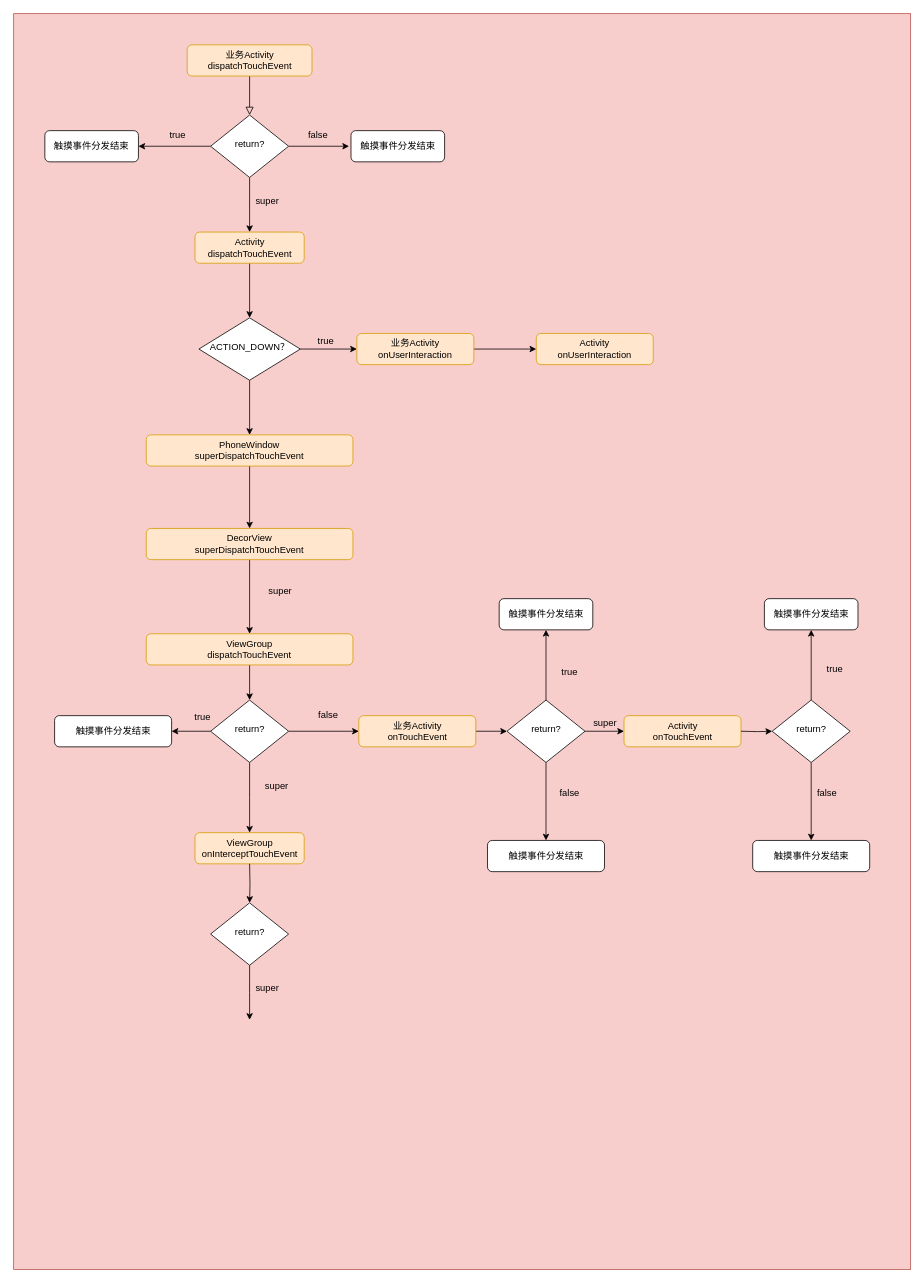
The draw.io diagram page "ViewGroup对触摸事件的分发流程" (2 of 2) of View/Untitled Diagram.drawio in chaozhouzhang/learning-summary, before the edit. Source tidied: cells renumbered, new cells numbered last; positions are measured from the earlier drawing's top-left corner, leaving out a move shared by most shapes. Both pictures are drawn from the tidied source at 78%, with x=0, y=0 at pixel (13, 13).
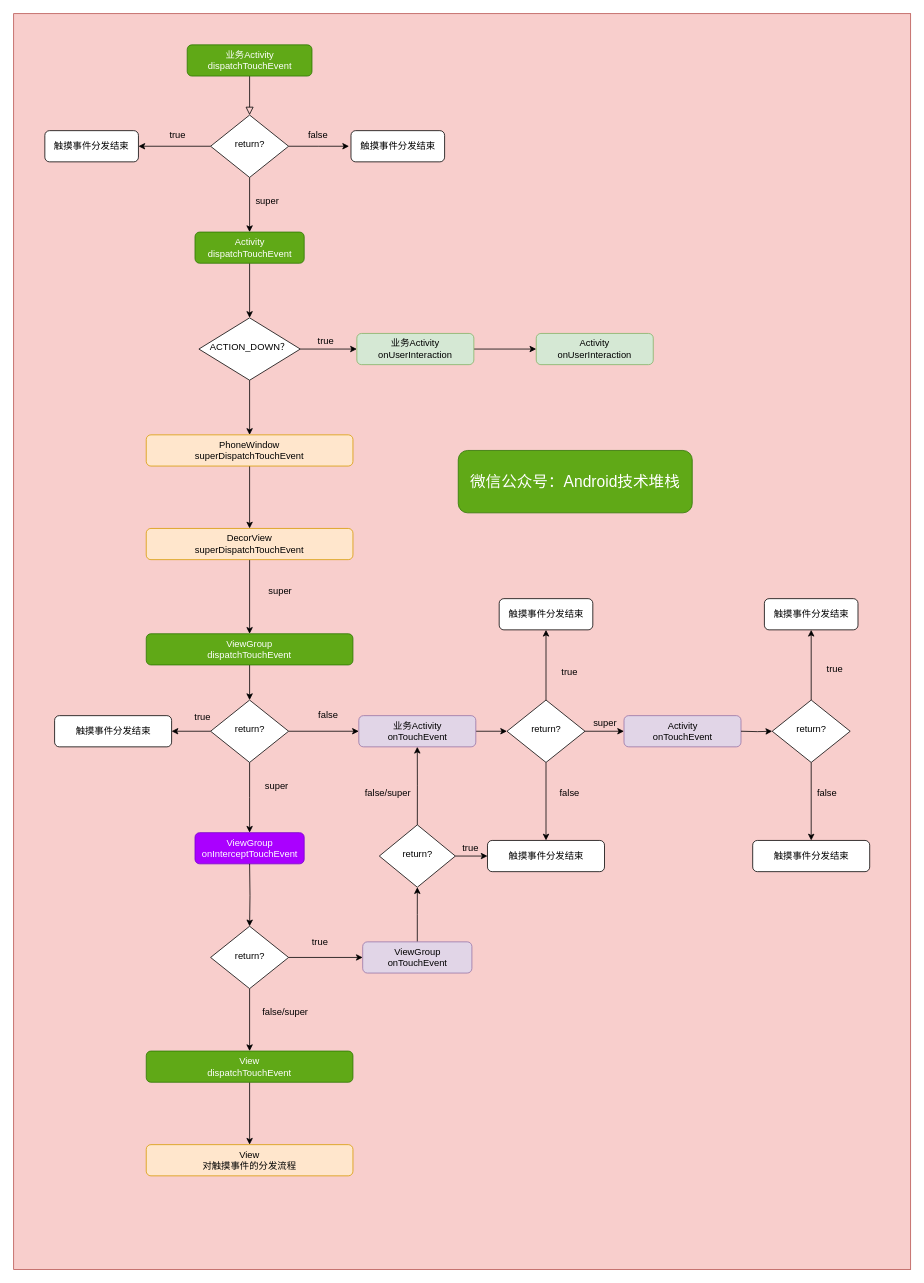
The same diagram, later.

Unchanged cells that the change refers to:
```xml
<mxCell id="39" value="&lt;span&gt;触摸事件分发结束&lt;/span&gt;" style="rounded=1;whiteSpace=wrap;html=1;fontSize=12;glass=0;strokeWidth=1;shadow=0;" parent="1" vertex="1">
  <mxGeometry x="607.5" y="1060" width="150" height="40" as="geometry" />
</mxCell>
```

Change to the diagram source:
```diff
@@
-    <mxCell id="4" value="业务Activity&lt;br&gt;dispatchTouchEvent" style="rounded=1;whiteSpace=wrap;html=1;fontSize=12;glass=0;strokeWidth=1;shadow=0;fillColor=#ffe6cc;strokeColor=#d79b00;" parent="1" vertex="1">
+    <mxCell id="4" value="业务Activity&lt;br&gt;dispatchTouchEvent" style="rounded=1;whiteSpace=wrap;html=1;fontSize=12;glass=0;strokeWidth=1;shadow=0;fillColor=#60a917;strokeColor=#2D7600;fontColor=#ffffff;" parent="1" vertex="1">
       <mxGeometry x="222.5" y="40" width="160" height="40" as="geometry" />
     </mxCell>
@@
-    <mxCell id="14" value="ViewGroup&lt;br&gt;dispatchTouchEvent" style="rounded=1;whiteSpace=wrap;html=1;fontSize=12;glass=0;strokeWidth=1;shadow=0;fillColor=#ffe6cc;strokeColor=#d79b00;" parent="1" vertex="1">
+    <mxCell id="14" value="ViewGroup&lt;br&gt;dispatchTouchEvent" style="rounded=1;whiteSpace=wrap;html=1;fontSize=12;glass=0;strokeWidth=1;shadow=0;fillColor=#60a917;strokeColor=#2D7600;fontColor=#ffffff;" parent="1" vertex="1">
       <mxGeometry x="170" y="795" width="265" height="40" as="geometry" />
     </mxCell>
@@
-    <mxCell id="16" value="业务Activity&lt;br&gt;onUserInteraction" style="rounded=1;whiteSpace=wrap;html=1;fontSize=12;glass=0;strokeWidth=1;shadow=0;fillColor=#ffe6cc;strokeColor=#d79b00;" parent="1" vertex="1">
+    <mxCell id="16" value="业务Activity&lt;br&gt;onUserInteraction" style="rounded=1;whiteSpace=wrap;html=1;fontSize=12;glass=0;strokeWidth=1;shadow=0;fillColor=#d5e8d4;strokeColor=#82b366;" parent="1" vertex="1">
       <mxGeometry x="440" y="410" width="150" height="40" as="geometry" />
     </mxCell>
-    <mxCell id="17" value="Activity&lt;br&gt;onUserInteraction" style="rounded=1;whiteSpace=wrap;html=1;fontSize=12;glass=0;strokeWidth=1;shadow=0;fillColor=#ffe6cc;strokeColor=#d79b00;" parent="1" vertex="1">
+    <mxCell id="17" value="Activity&lt;br&gt;onUserInteraction" style="rounded=1;whiteSpace=wrap;html=1;fontSize=12;glass=0;strokeWidth=1;shadow=0;fillColor=#d5e8d4;strokeColor=#82b366;" parent="1" vertex="1">
       <mxGeometry x="670" y="410" width="150" height="40" as="geometry" />
     </mxCell>
@@
-    <mxCell id="22" value="Activity&lt;br&gt;dispatchTouchEvent" style="rounded=1;whiteSpace=wrap;html=1;fontSize=12;glass=0;strokeWidth=1;shadow=0;fillColor=#ffe6cc;strokeColor=#d79b00;" parent="1" vertex="1">
+    <mxCell id="22" value="Activity&lt;br&gt;dispatchTouchEvent" style="rounded=1;whiteSpace=wrap;html=1;fontSize=12;glass=0;strokeWidth=1;shadow=0;fillColor=#60a917;strokeColor=#2D7600;fontColor=#ffffff;" parent="1" vertex="1">
       <mxGeometry x="232.5" y="280" width="140" height="40" as="geometry" />
     </mxCell>
@@
-    <mxCell id="28" value="业务Activity&lt;br&gt;onTouchEvent" style="rounded=1;whiteSpace=wrap;html=1;fontSize=12;glass=0;strokeWidth=1;shadow=0;fillColor=#ffe6cc;strokeColor=#d79b00;" parent="1" vertex="1">
+    <mxCell id="28" value="业务Activity&lt;br&gt;onTouchEvent" style="rounded=1;whiteSpace=wrap;html=1;fontSize=12;glass=0;strokeWidth=1;shadow=0;fillColor=#e1d5e7;strokeColor=#9673a6;" parent="1" vertex="1">
       <mxGeometry x="442.5" y="900" width="150" height="40" as="geometry" />
     </mxCell>
@@
-    <mxCell id="41" value="Activity&lt;br&gt;onTouchEvent" style="rounded=1;whiteSpace=wrap;html=1;fontSize=12;glass=0;strokeWidth=1;shadow=0;fillColor=#ffe6cc;strokeColor=#d79b00;" parent="1" vertex="1">
+    <mxCell id="41" value="Activity&lt;br&gt;onTouchEvent" style="rounded=1;whiteSpace=wrap;html=1;fontSize=12;glass=0;strokeWidth=1;shadow=0;fillColor=#e1d5e7;strokeColor=#9673a6;" parent="1" vertex="1">
       <mxGeometry x="782.5" y="900" width="150" height="40" as="geometry" />
     </mxCell>
@@
-    <mxCell id="58" value="ViewGroup&lt;br&gt;onInterceptTouchEvent" style="rounded=1;whiteSpace=wrap;html=1;fontSize=12;glass=0;strokeWidth=1;shadow=0;fillColor=#ffe6cc;strokeColor=#d79b00;" parent="1" vertex="1">
+    <mxCell id="58" value="ViewGroup&lt;br&gt;onInterceptTouchEvent" style="rounded=1;whiteSpace=wrap;html=1;fontSize=12;glass=0;strokeWidth=1;shadow=0;fillColor=#aa00ff;strokeColor=#7700CC;fontColor=#ffffff;" parent="1" vertex="1">
       <mxGeometry x="232.5" y="1050" width="140" height="40" as="geometry" />
     </mxCell>
@@
-    <mxCell id="60" style="edgeStyle=orthogonalEdgeStyle;rounded=0;jettySize=auto;html=1;exitX=0.5;exitY=1;exitDx=0;exitDy=0;entryX=0.5;entryY=0;entryDx=0;entryDy=0;" parent="1" edge="1" source="61">
-      <mxGeometry relative="1" as="geometry">
-        <mxPoint x="302.5" y="1290" as="targetPoint" />
-      </mxGeometry>
+    <mxCell id="60" style="edgeStyle=orthogonalEdgeStyle;rounded=0;jettySize=auto;html=1;exitX=0.5;exitY=1;exitDx=0;exitDy=0;entryX=0.5;entryY=0;entryDx=0;entryDy=0;" parent="1" edge="1" source="61" target="73">
+      <mxGeometry relative="1" as="geometry" />
     </mxCell>
+    <mxCell id="63" style="edgeStyle=orthogonalEdgeStyle;rounded=0;jettySize=auto;html=1;entryX=0;entryY=0.5;entryDx=0;entryDy=0;" parent="1" edge="1" source="61" target="65">
+      <mxGeometry relative="1" as="geometry" />
+    </mxCell>
     <mxCell id="61" value="return?" style="rhombus;whiteSpace=wrap;html=1;shadow=0;fontFamily=Helvetica;fontSize=12;align=center;strokeWidth=1;spacing=6;spacingTop=-4;" parent="1" vertex="1">
-      <mxGeometry x="252.5" y="1140" width="100" height="80" as="geometry" />
+      <mxGeometry x="252.5" y="1170" width="100" height="80" as="geometry" />
     </mxCell>
-    <mxCell id="62" value="super" style="text;html=1;align=center;verticalAlign=middle;" parent="1" vertex="1">
-      <mxGeometry x="300" y="1240" width="50" height="20" as="geometry" />
+    <mxCell id="62" value="false/super" style="text;html=1;align=center;verticalAlign=middle;" parent="1" vertex="1">
+      <mxGeometry x="312.5" y="1270" width="70" height="20" as="geometry" />
     </mxCell>
+    <mxCell id="64" style="edgeStyle=orthogonalEdgeStyle;rounded=0;jettySize=auto;html=1;exitX=0.5;exitY=0;exitDx=0;exitDy=0;entryX=0.5;entryY=1;entryDx=0;entryDy=0;" parent="1" edge="1" source="65" target="69">
+      <mxGeometry relative="1" as="geometry" />
+    </mxCell>
+    <mxCell id="65" value="ViewGroup&lt;br&gt;onTouchEvent" style="rounded=1;whiteSpace=wrap;html=1;fontSize=12;glass=0;strokeWidth=1;shadow=0;fillColor=#e1d5e7;strokeColor=#9673a6;" parent="1" vertex="1">
+      <mxGeometry x="447.5" y="1190" width="140" height="40" as="geometry" />
+    </mxCell>
+    <mxCell id="66" value="true" style="text;html=1;strokeColor=none;fillColor=none;align=center;verticalAlign=middle;whiteSpace=wrap;rounded=0;" parent="1" vertex="1">
+      <mxGeometry x="372.5" y="1180" width="40" height="20" as="geometry" />
+    </mxCell>
+    <mxCell id="67" style="edgeStyle=orthogonalEdgeStyle;rounded=0;jettySize=auto;html=1;exitX=0.5;exitY=0;exitDx=0;exitDy=0;entryX=0.5;entryY=1;entryDx=0;entryDy=0;" parent="1" edge="1" source="69" target="28">
+      <mxGeometry relative="1" as="geometry" />
+    </mxCell>
+    <mxCell id="68" style="edgeStyle=orthogonalEdgeStyle;rounded=0;jettySize=auto;html=1;entryX=0;entryY=0.5;entryDx=0;entryDy=0;" parent="1" edge="1" source="69" target="39">
+      <mxGeometry relative="1" as="geometry" />
+    </mxCell>
+    <mxCell id="69" value="return?" style="rhombus;whiteSpace=wrap;html=1;shadow=0;fontFamily=Helvetica;fontSize=12;align=center;strokeWidth=1;spacing=6;spacingTop=-4;" parent="1" vertex="1">
+      <mxGeometry x="468.8" y="1040" width="97.5" height="80" as="geometry" />
+    </mxCell>
+    <mxCell id="70" value="false/super" style="text;html=1;strokeColor=none;fillColor=none;align=center;verticalAlign=middle;whiteSpace=wrap;rounded=0;" parent="1" vertex="1">
+      <mxGeometry x="460" y="990" width="40" height="20" as="geometry" />
+    </mxCell>
+    <mxCell id="71" value="true" style="text;html=1;strokeColor=none;fillColor=none;align=center;verticalAlign=middle;whiteSpace=wrap;rounded=0;" parent="1" vertex="1">
+      <mxGeometry x="566.2" y="1060" width="40" height="20" as="geometry" />
+    </mxCell>
+    <mxCell id="72" style="edgeStyle=orthogonalEdgeStyle;rounded=0;jettySize=auto;html=1;fontSize=20;" parent="1" edge="1" source="73" target="75">
+      <mxGeometry relative="1" as="geometry" />
+    </mxCell>
+    <mxCell id="73" value="View&lt;br&gt;dispatchTouchEvent" style="rounded=1;whiteSpace=wrap;html=1;fontSize=12;glass=0;strokeWidth=1;shadow=0;fillColor=#60a917;strokeColor=#2D7600;fontColor=#ffffff;" parent="1" vertex="1">
+      <mxGeometry x="170" y="1330" width="265" height="40" as="geometry" />
+    </mxCell>
+    <mxCell id="74" value="微信公众号：Android技术堆栈" style="rounded=1;whiteSpace=wrap;html=1;fontSize=20;glass=0;strokeWidth=1;shadow=0;fillColor=#60a917;strokeColor=#2D7600;fontColor=#ffffff;" parent="1" vertex="1">
+      <mxGeometry x="570" y="560" width="300" height="80" as="geometry" />
+    </mxCell>
+    <mxCell id="75" value="View&lt;br&gt;对触摸事件的分发流程" style="rounded=1;whiteSpace=wrap;html=1;fontSize=12;glass=0;strokeWidth=1;shadow=0;fillColor=#ffe6cc;strokeColor=#d79b00;" parent="1" vertex="1">
+      <mxGeometry x="170" y="1450" width="265" height="40" as="geometry" />
+    </mxCell>
```
